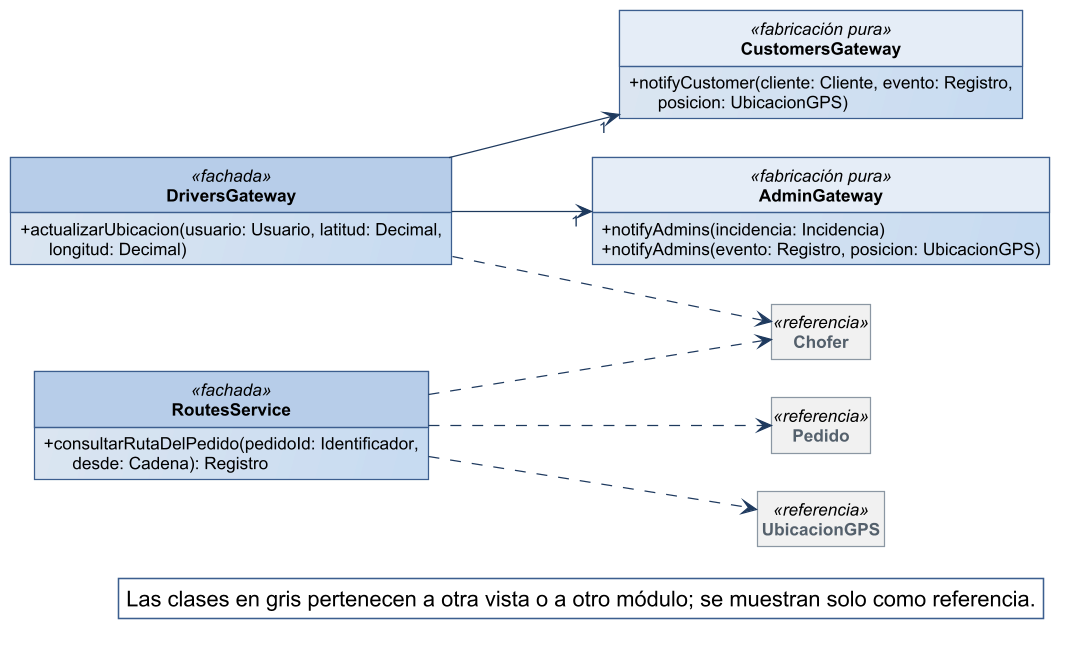
The PlantUML diagram diagramas/clases-diseno/DC_Mod_Tiempo-real.png in Nahuelito-Dev/splg-docs, before a commit.
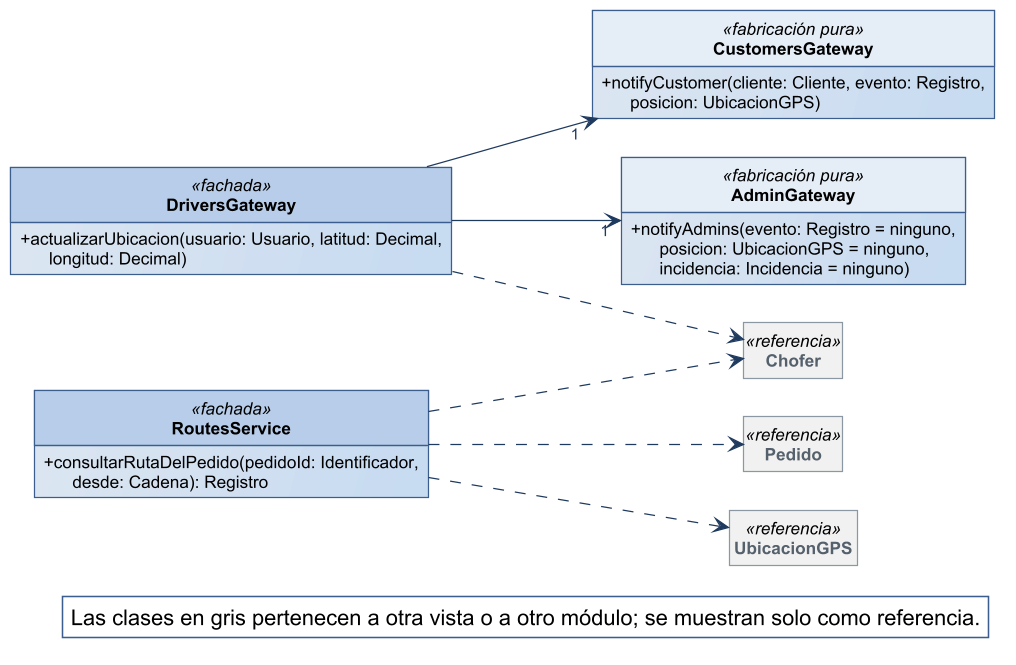
Above is the later version.

What changed in the source:
```diff
@@ -37,8 +37,7 @@
   + notifyCustomer(cliente: Cliente, evento: Registro,\n      posicion: UbicacionGPS)
 }
 class AdminGateway <<fabricación pura>> {
-  + notifyAdmins(incidencia: Incidencia)
-  + notifyAdmins(evento: Registro, posicion: UbicacionGPS)
+  + notifyAdmins(evento: Registro = ninguno,\n      posicion: UbicacionGPS = ninguno,\n      incidencia: Incidencia = ninguno)
 }
 class RoutesService <<fachada>> {
   + consultarRutaDelPedido(pedidoId: Identificador,\n      desde: Cadena): Registro
```
